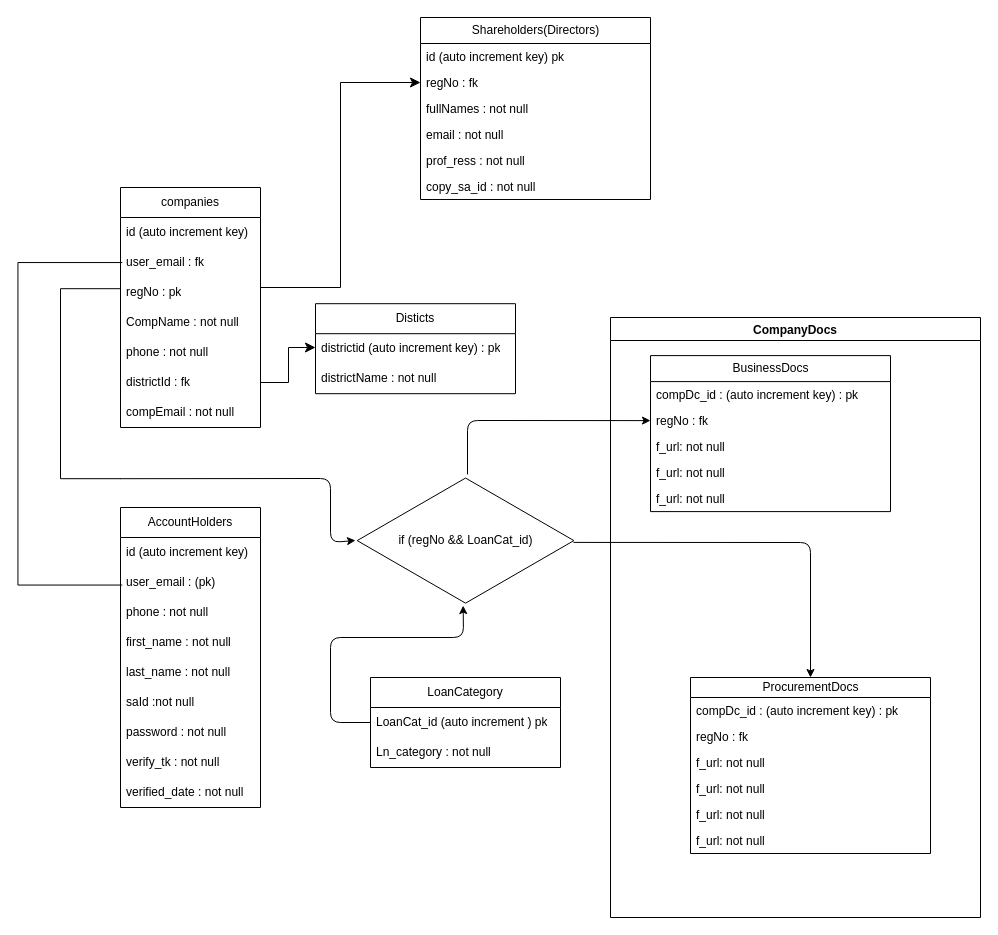
Before: database.drawio in FutureKgaphola/edfd_accounts, a draw.io diagram. Source tidied: cells renumbered, new cells numbered last; positions are measured from the earlier drawing's top-left corner, leaving out a move shared by most shapes. Both pictures are drawn from the tidied source at 100%, with x=0, y=0 at pixel (-92, 17).
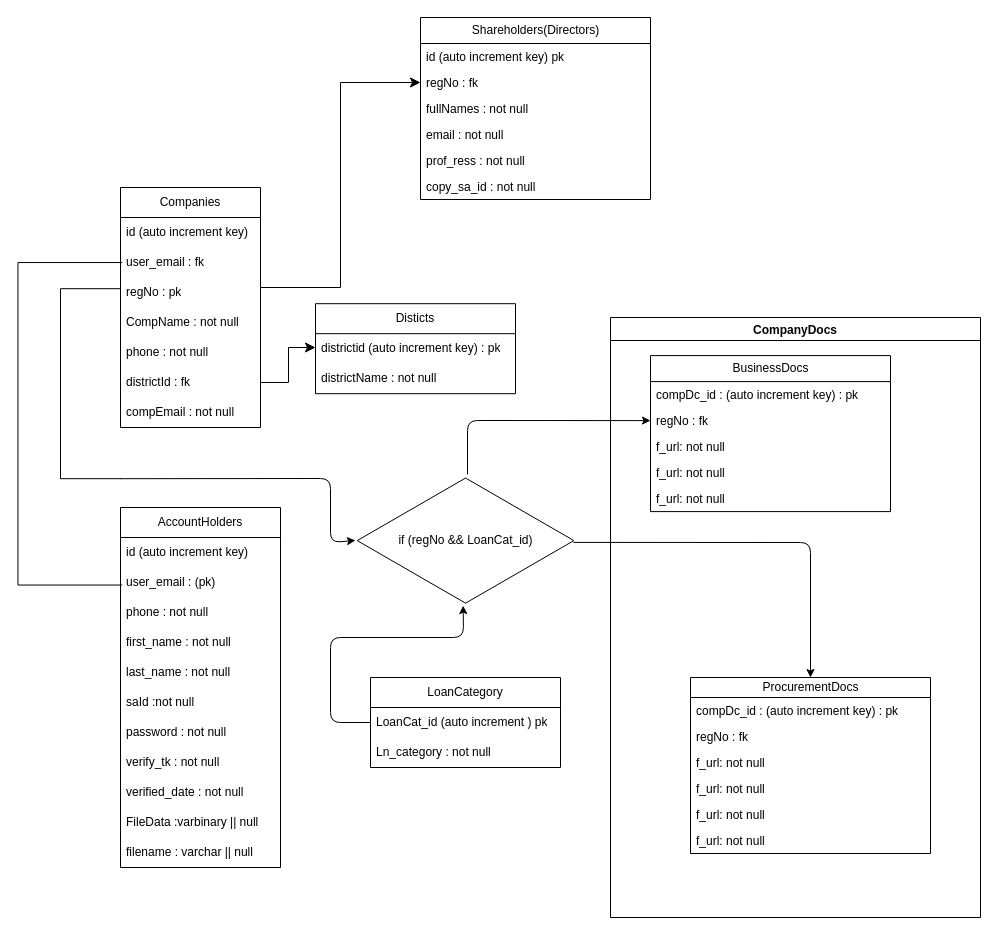
The same diagram, later.

Diff of the diagram source:
```diff
@@
     <mxCell id="2" value="AccountHolders" style="swimlane;fontStyle=0;horizontal=1;startSize=30;whiteSpace=wrap;html=1;" parent="1" vertex="1">
-      <mxGeometry x="212" y="490" width="140" height="300" as="geometry" />
+      <mxGeometry x="212" y="490" width="160" height="360" as="geometry" />
     </mxCell>
     <mxCell id="3" value="id (auto increment key)" style="text;strokeColor=none;fillColor=none;align=left;verticalAlign=middle;spacingLeft=4;spacingRight=4;overflow=hidden;whiteSpace=wrap;html=1;" parent="2" vertex="1">
-      <mxGeometry y="30" width="140" height="30" as="geometry" />
+      <mxGeometry y="30" width="160" height="30" as="geometry" />
     </mxCell>
     <mxCell id="4" value="user_email : (pk)" style="text;strokeColor=none;fillColor=none;align=left;verticalAlign=middle;spacingLeft=4;spacingRight=4;overflow=hidden;whiteSpace=wrap;html=1;" parent="2" vertex="1">
-      <mxGeometry y="60" width="140" height="30" as="geometry" />
+      <mxGeometry y="60" width="160" height="30" as="geometry" />
     </mxCell>
     <mxCell id="5" value="phone : not null" style="text;strokeColor=none;fillColor=none;align=left;verticalAlign=middle;spacingLeft=4;spacingRight=4;overflow=hidden;whiteSpace=wrap;html=1;" parent="2" vertex="1">
-      <mxGeometry y="90" width="140" height="30" as="geometry" />
+      <mxGeometry y="90" width="160" height="30" as="geometry" />
     </mxCell>
     <mxCell id="6" value="first_name : not null" style="text;strokeColor=none;fillColor=none;align=left;verticalAlign=middle;spacingLeft=4;spacingRight=4;overflow=hidden;whiteSpace=wrap;html=1;" parent="2" vertex="1">
-      <mxGeometry y="120" width="140" height="30" as="geometry" />
+      <mxGeometry y="120" width="160" height="30" as="geometry" />
     </mxCell>
     <mxCell id="7" value="last_name : not null" style="text;strokeColor=none;fillColor=none;align=left;verticalAlign=middle;spacingLeft=4;spacingRight=4;overflow=hidden;whiteSpace=wrap;html=1;" parent="2" vertex="1">
-      <mxGeometry y="150" width="140" height="30" as="geometry" />
+      <mxGeometry y="150" width="160" height="30" as="geometry" />
     </mxCell>
     <mxCell id="8" value="saId :not null" style="text;strokeColor=none;fillColor=none;align=left;verticalAlign=middle;spacingLeft=4;spacingRight=4;overflow=hidden;whiteSpace=wrap;html=1;" parent="2" vertex="1">
-      <mxGeometry y="180" width="140" height="30" as="geometry" />
+      <mxGeometry y="180" width="160" height="30" as="geometry" />
     </mxCell>
     <mxCell id="9" value="password : not null" style="text;strokeColor=none;fillColor=none;align=left;verticalAlign=middle;spacingLeft=4;spacingRight=4;overflow=hidden;whiteSpace=wrap;html=1;" parent="2" vertex="1">
-      <mxGeometry y="210" width="140" height="30" as="geometry" />
+      <mxGeometry y="210" width="160" height="30" as="geometry" />
     </mxCell>
     <mxCell id="10" value="verify_tk : not null" style="text;strokeColor=none;fillColor=none;align=left;verticalAlign=middle;spacingLeft=4;spacingRight=4;overflow=hidden;whiteSpace=wrap;html=1;" parent="2" vertex="1">
-      <mxGeometry y="240" width="140" height="30" as="geometry" />
+      <mxGeometry y="240" width="160" height="30" as="geometry" />
     </mxCell>
     <mxCell id="11" value="verified_date : not null" style="text;strokeColor=none;fillColor=none;align=left;verticalAlign=middle;spacingLeft=4;spacingRight=4;overflow=hidden;whiteSpace=wrap;html=1;" parent="2" vertex="1">
-      <mxGeometry y="270" width="140" height="30" as="geometry" />
+      <mxGeometry y="270" width="160" height="30" as="geometry" />
     </mxCell>
+    <mxCell id="56" value="FileData :varbinary || null" style="text;strokeColor=none;fillColor=none;align=left;verticalAlign=middle;spacingLeft=4;spacingRight=4;overflow=hidden;whiteSpace=wrap;html=1;" parent="2" vertex="1">
+      <mxGeometry y="300" width="160" height="30" as="geometry" />
+    </mxCell>
+    <mxCell id="57" value="filename : varchar || null" style="text;strokeColor=none;fillColor=none;align=left;verticalAlign=middle;spacingLeft=4;spacingRight=4;overflow=hidden;whiteSpace=wrap;html=1;" parent="2" vertex="1">
+      <mxGeometry y="330" width="160" height="30" as="geometry" />
+    </mxCell>
-    <mxCell id="12" value="companies" style="swimlane;fontStyle=0;horizontal=1;startSize=30;whiteSpace=wrap;html=1;" parent="1" vertex="1">
+    <mxCell id="12" value="Companies" style="swimlane;fontStyle=0;horizontal=1;startSize=30;whiteSpace=wrap;html=1;" parent="1" vertex="1">
       <mxGeometry x="212" y="170" width="140" height="240" as="geometry" />
     </mxCell>
```
